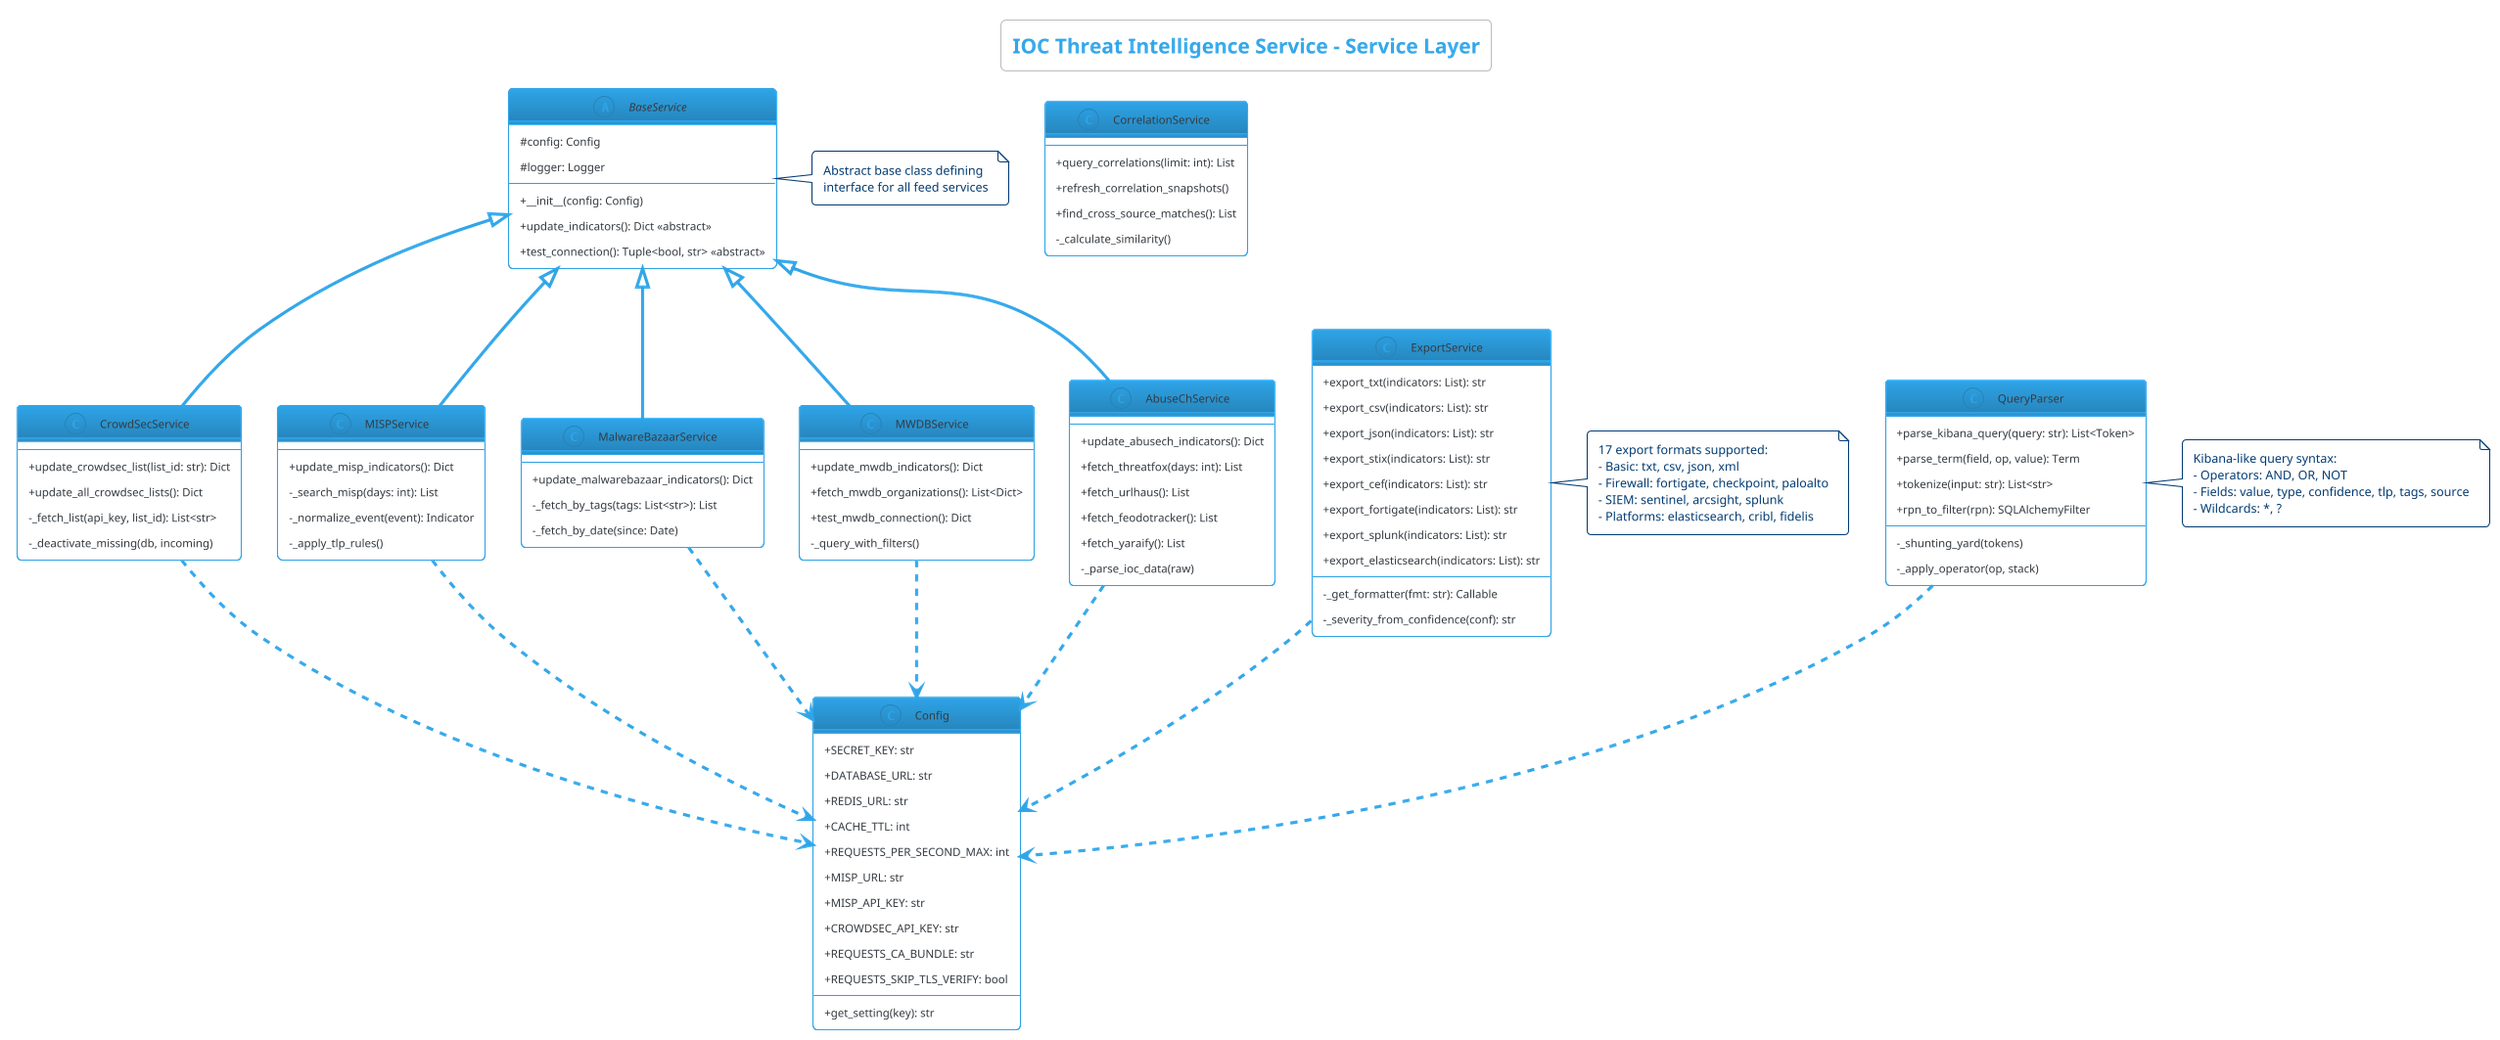
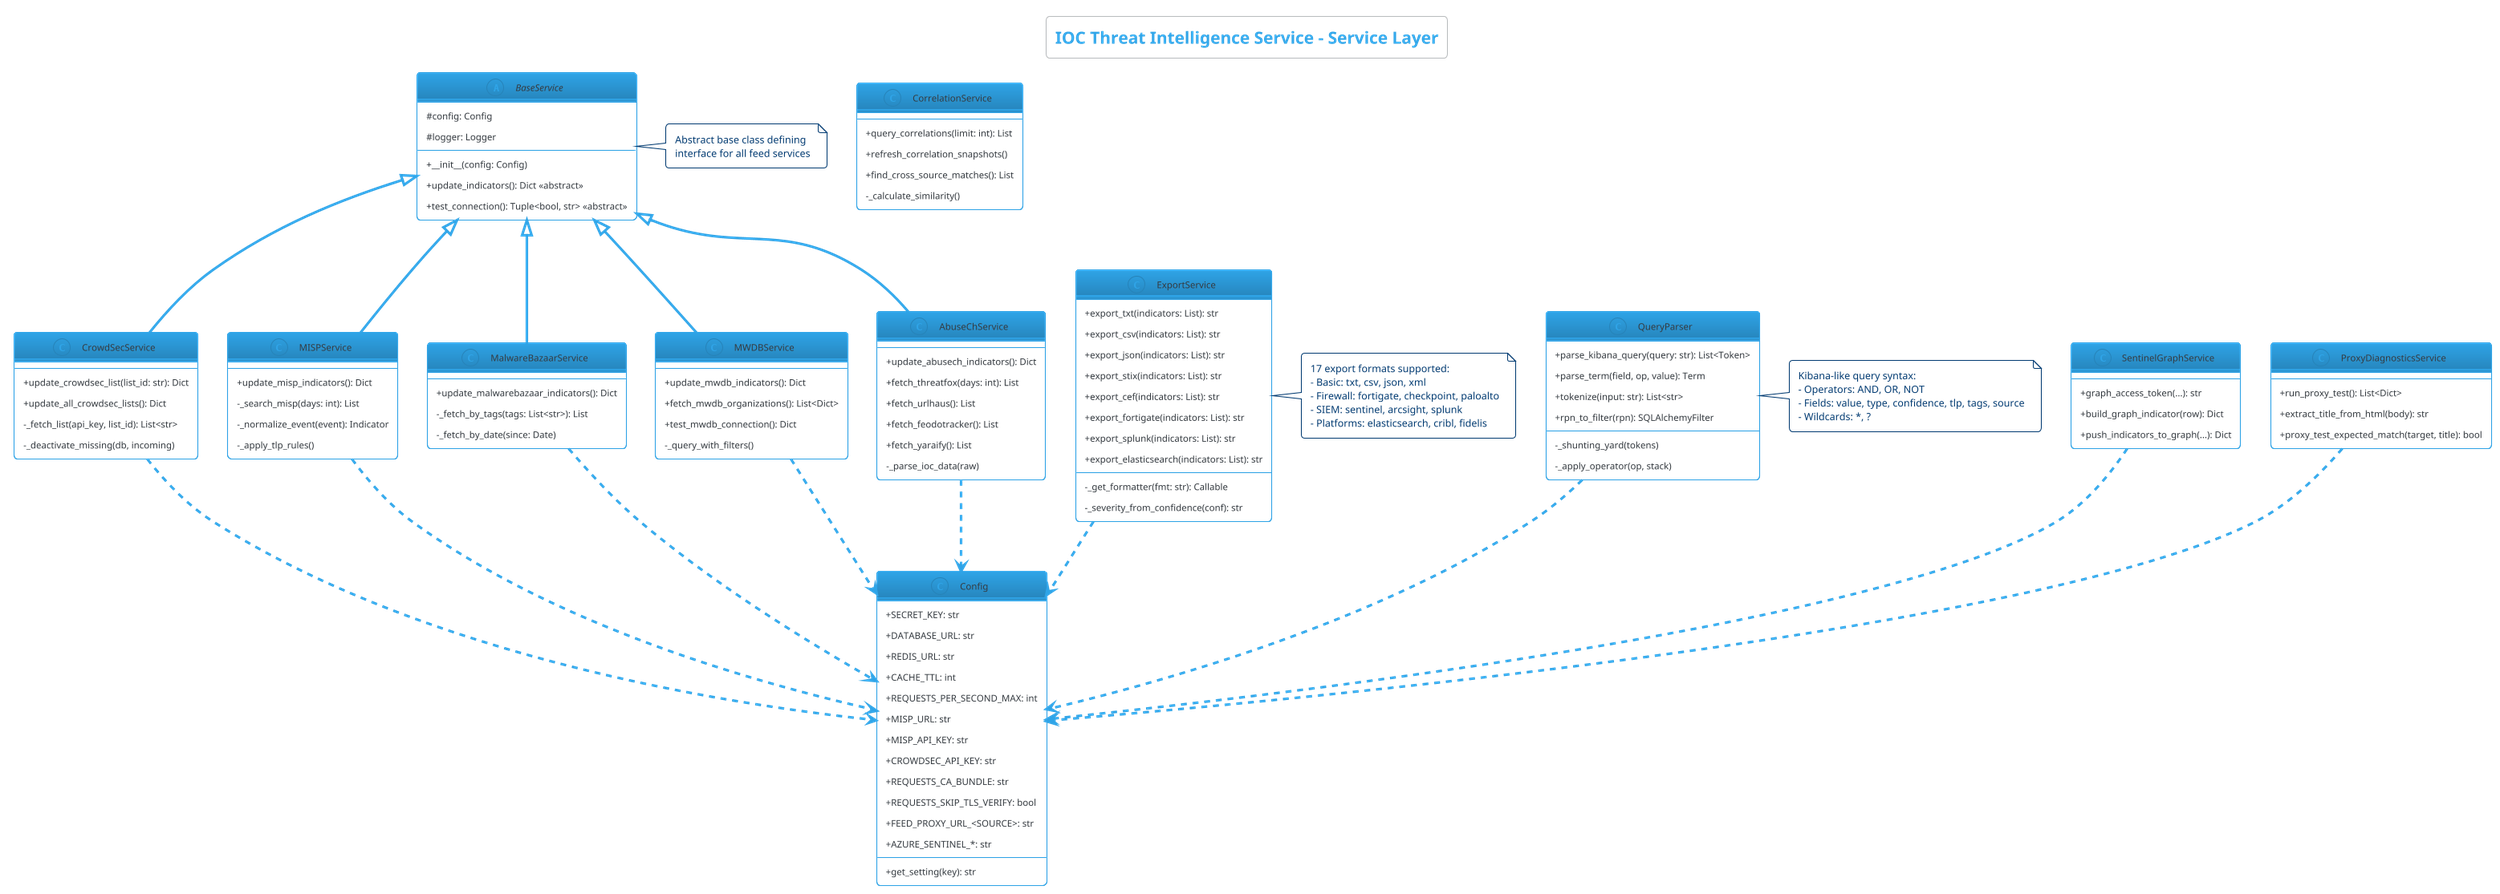
@startuml IOC_Service_Layer
!theme cerulean-outline
skinparam classAttributeIconSize 0

title IOC Threat Intelligence Service - Service Layer

abstract class BaseService {
    #config: Config
    #logger: Logger
    --
    +__init__(config: Config)
    +update_indicators(): Dict <<abstract>>
    +test_connection(): Tuple<bool, str> <<abstract>>
}

class CrowdSecService {
    +update_crowdsec_list(list_id: str): Dict
    +update_all_crowdsec_lists(): Dict
    -_fetch_list(api_key, list_id): List<str>
    -_deactivate_missing(db, incoming)
}

class MISPService {
    +update_misp_indicators(): Dict
    -_search_misp(days: int): List
    -_normalize_event(event): Indicator
    -_apply_tlp_rules()
}

class MalwareBazaarService {
    +update_malwarebazaar_indicators(): Dict
    -_fetch_by_tags(tags: List<str>): List
    -_fetch_by_date(since: Date)
}

class MWDBService {
    +update_mwdb_indicators(): Dict
    +fetch_mwdb_organizations(): List<Dict>
    +test_mwdb_connection(): Dict
    -_query_with_filters()
}

class AbuseChService {
    +update_abusech_indicators(): Dict
    +fetch_threatfox(days: int): List
    +fetch_urlhaus(): List
    +fetch_feodotracker(): List
    +fetch_yaraify(): List
    -_parse_ioc_data(raw)
}

+ class SentinelGraphService {
+     +graph_access_token(...): str
+     +build_graph_indicator(row): Dict
+     +push_indicators_to_graph(...): Dict
+ }
+ 
+ class ProxyDiagnosticsService {
+     +run_proxy_test(): List<Dict>
+     +extract_title_from_html(body): str
+     +proxy_test_expected_match(target, title): bool
+ }
+ 
class CorrelationService {
    +query_correlations(limit: int): List
    +refresh_correlation_snapshots()
    +find_cross_source_matches(): List
    -_calculate_similarity()
}

class ExportService {
    +export_txt(indicators: List): str
    +export_csv(indicators: List): str
    +export_json(indicators: List): str
    +export_stix(indicators: List): str
    +export_cef(indicators: List): str
    +export_fortigate(indicators: List): str
    +export_splunk(indicators: List): str
    +export_elasticsearch(indicators: List): str
    --
    -_get_formatter(fmt: str): Callable
    -_severity_from_confidence(conf): str
}

class QueryParser {
    +parse_kibana_query(query: str): List<Token>
    +parse_term(field, op, value): Term
    +tokenize(input: str): List<str>
    +rpn_to_filter(rpn): SQLAlchemyFilter
    --
    -_shunting_yard(tokens)
    -_apply_operator(op, stack)
}

class Config {
    +SECRET_KEY: str
    +DATABASE_URL: str
    +REDIS_URL: str
    +CACHE_TTL: int
    +REQUESTS_PER_SECOND_MAX: int
    +MISP_URL: str
    +MISP_API_KEY: str
    +CROWDSEC_API_KEY: str
    +REQUESTS_CA_BUNDLE: str
    +REQUESTS_SKIP_TLS_VERIFY: bool
+     +FEED_PROXY_URL_<SOURCE>: str
+     +AZURE_SENTINEL_*: str
    --
    +get_setting(key): str
}

' Inheritance
BaseService <|-- CrowdSecService
BaseService <|-- MISPService
BaseService <|-- MalwareBazaarService
BaseService <|-- MWDBService
BaseService <|-- AbuseChService

' Dependencies
CrowdSecService ..> Config
MISPService ..> Config
MalwareBazaarService ..> Config
MWDBService ..> Config
AbuseChService ..> Config
+ SentinelGraphService ..> Config
+ ProxyDiagnosticsService ..> Config
ExportService ..> Config
QueryParser ..> Config

note right of BaseService
  Abstract base class defining
  interface for all feed services
end note

note right of ExportService
  17 export formats supported:
  - Basic: txt, csv, json, xml
  - Firewall: fortigate, checkpoint, paloalto
  - SIEM: sentinel, arcsight, splunk
  - Platforms: elasticsearch, cribl, fidelis
end note

note right of QueryParser
  Kibana-like query syntax:
  - Operators: AND, OR, NOT
  - Fields: value, type, confidence, tlp, tags, source
  - Wildcards: *, ?
end note

@enduml
